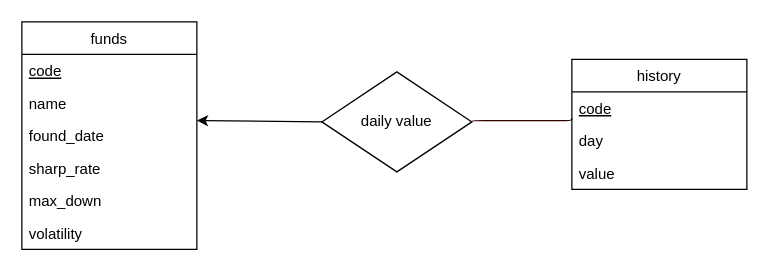
Above: schemas/E-R.drawio in Concyclics/db_big_homework (draw.io), before the change. Source tidied: cells renumbered, new cells numbered last; positions are measured from the earlier drawing's top-left corner, leaving out a move shared by most shapes. Both pictures are drawn from the tidied source at 125%, with x=0, y=0 at pixel (21, 21).
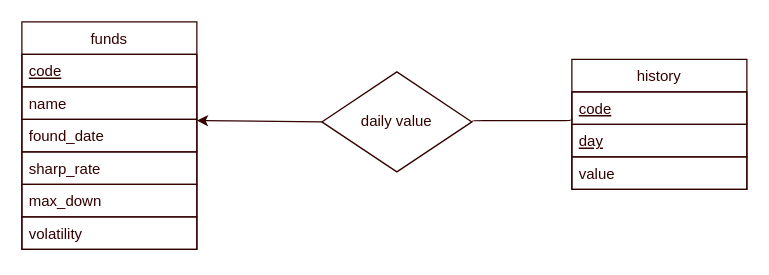
After the change.

Diff of the diagram source:
```diff
@@
 <mxGraphModel>
   <root>
     <mxCell id="0" />
     <mxCell id="1" parent="0" />
-    <mxCell id="2" value="daily value" style="rhombus;whiteSpace=wrap;html=1;" parent="1" vertex="1">
+    <mxCell id="2" value="&lt;font&gt;daily value&lt;/font&gt;" style="rhombus;whiteSpace=wrap;html=1;strokeColor=#330000;fontColor=#330000;" parent="1" vertex="1">
       <mxGeometry x="240" y="40" width="120" height="80" as="geometry" />
     </mxCell>
-    <mxCell id="3" style="endArrow=classic;html=1;exitX=0;exitY=0.5;exitDx=0;exitDy=0;entryX=1;entryY=0.038;entryDx=0;entryDy=0;entryPerimeter=0;" parent="1" edge="1" source="2" target="12">
+    <mxCell id="3" style="endArrow=classic;html=1;exitX=0;exitY=0.5;exitDx=0;exitDy=0;entryX=1;entryY=0.038;entryDx=0;entryDy=0;entryPerimeter=0;strokeColor=#330000;fontColor=#330000;" parent="1" edge="1" source="2" target="12">
       <mxGeometry relative="1" as="geometry" />
     </mxCell>
-    <mxCell id="4" style="edgeStyle=elbowEdgeStyle;html=1;endArrow=none;elbow=vertical;strokeColor=#330000;exitX=1;exitY=0.5;exitDx=0;exitDy=0;entryX=0;entryY=0.808;entryDx=0;entryDy=0;entryPerimeter=0;" parent="1" edge="1" source="2" target="6">
+    <mxCell id="4" style="edgeStyle=elbowEdgeStyle;html=1;endArrow=none;elbow=vertical;exitX=1;exitY=0.5;exitDx=0;exitDy=0;entryX=0;entryY=0.808;entryDx=0;entryDy=0;entryPerimeter=0;strokeColor=#330000;fontColor=#330000;" parent="1" edge="1" source="2" target="6">
       <mxGeometry relative="1" as="geometry" />
     </mxCell>
-    <mxCell id="5" value="history" style="swimlane;fontStyle=0;horizontal=1;startSize=26;" parent="1" vertex="1">
+    <mxCell id="5" value="history" style="swimlane;fontStyle=0;horizontal=1;startSize=26;strokeColor=#330000;fontColor=#330000;" parent="1" vertex="1">
       <mxGeometry x="440" y="30" width="140" height="104" as="geometry" />
     </mxCell>
-    <mxCell id="6" value="code" style="text;strokeColor=none;fillColor=none;align=left;verticalAlign=top;spacingLeft=4;spacingRight=4;overflow=hidden;points=[[0,0.5],[1,0.5]];portConstraint=eastwest;fontStyle=4;" parent="5" vertex="1">
+    <mxCell id="6" value="code" style="text;fillColor=none;align=left;verticalAlign=top;spacingLeft=4;spacingRight=4;overflow=hidden;points=[[0,0.5],[1,0.5]];portConstraint=eastwest;fontStyle=4;strokeColor=#330000;fontColor=#330000;" parent="5" vertex="1">
       <mxGeometry y="26" width="140" height="26" as="geometry" />
     </mxCell>
-    <mxCell id="7" value="day" style="text;strokeColor=none;fillColor=none;align=left;verticalAlign=top;spacingLeft=4;spacingRight=4;overflow=hidden;" parent="5" vertex="1">
+    <mxCell id="7" value="day" style="text;fillColor=none;align=left;verticalAlign=top;spacingLeft=4;spacingRight=4;overflow=hidden;fontStyle=4;strokeColor=#330000;fontColor=#330000;" parent="5" vertex="1">
       <mxGeometry y="52" width="140" height="26" as="geometry" />
     </mxCell>
-    <mxCell id="8" value="value" style="text;strokeColor=none;fillColor=none;align=left;verticalAlign=top;spacingLeft=4;spacingRight=4;overflow=hidden;" parent="5" vertex="1">
+    <mxCell id="8" value="value" style="text;fillColor=none;align=left;verticalAlign=top;spacingLeft=4;spacingRight=4;overflow=hidden;strokeColor=#330000;fontColor=#330000;" parent="5" vertex="1">
       <mxGeometry y="78" width="140" height="26" as="geometry" />
     </mxCell>
-    <mxCell id="9" value="funds" style="swimlane;fontStyle=0;horizontal=1;startSize=26;" parent="1" vertex="1">
+    <mxCell id="9" value="funds" style="swimlane;fontStyle=0;horizontal=1;startSize=26;strokeColor=#330000;fontColor=#330000;" parent="1" vertex="1">
       <mxGeometry width="140" height="182" as="geometry" />
     </mxCell>
-    <mxCell id="10" value="code" style="text;strokeColor=none;fillColor=none;align=left;verticalAlign=top;spacingLeft=4;spacingRight=4;overflow=hidden;fontStyle=4;" parent="9" vertex="1">
+    <mxCell id="10" value="code" style="text;fillColor=none;align=left;verticalAlign=top;spacingLeft=4;spacingRight=4;overflow=hidden;fontStyle=4;strokeColor=#330000;fontColor=#330000;" parent="9" vertex="1">
       <mxGeometry y="26" width="140" height="26" as="geometry" />
     </mxCell>
-    <mxCell id="11" value="name" style="text;strokeColor=none;fillColor=none;align=left;verticalAlign=top;spacingLeft=4;spacingRight=4;overflow=hidden;" parent="9" vertex="1">
+    <mxCell id="11" value="name" style="text;fillColor=none;align=left;verticalAlign=top;spacingLeft=4;spacingRight=4;overflow=hidden;strokeColor=#330000;fontColor=#330000;" parent="9" vertex="1">
       <mxGeometry y="52" width="140" height="26" as="geometry" />
     </mxCell>
-    <mxCell id="12" value="found_date" style="text;strokeColor=none;fillColor=none;align=left;verticalAlign=top;spacingLeft=4;spacingRight=4;overflow=hidden;points=[[0,0.5],[1,0.5]];portConstraint=eastwest;" parent="9" vertex="1">
+    <mxCell id="12" value="found_date" style="text;fillColor=none;align=left;verticalAlign=top;spacingLeft=4;spacingRight=4;overflow=hidden;points=[[0,0.5],[1,0.5]];portConstraint=eastwest;strokeColor=#330000;fontColor=#330000;" parent="9" vertex="1">
       <mxGeometry y="78" width="140" height="26" as="geometry" />
     </mxCell>
-    <mxCell id="13" value="sharp_rate" style="text;strokeColor=none;fillColor=none;align=left;verticalAlign=top;spacingLeft=4;spacingRight=4;overflow=hidden;" parent="9" vertex="1">
+    <mxCell id="13" value="sharp_rate" style="text;fillColor=none;align=left;verticalAlign=top;spacingLeft=4;spacingRight=4;overflow=hidden;strokeColor=#330000;fontColor=#330000;" parent="9" vertex="1">
       <mxGeometry y="104" width="140" height="26" as="geometry" />
     </mxCell>
-    <mxCell id="14" value="max_down" style="text;strokeColor=none;fillColor=none;align=left;verticalAlign=top;spacingLeft=4;spacingRight=4;overflow=hidden;" parent="9" vertex="1">
+    <mxCell id="14" value="max_down" style="text;fillColor=none;align=left;verticalAlign=top;spacingLeft=4;spacingRight=4;overflow=hidden;strokeColor=#330000;fontColor=#330000;" parent="9" vertex="1">
       <mxGeometry y="130" width="140" height="26" as="geometry" />
     </mxCell>
-    <mxCell id="15" value="volatility" style="text;strokeColor=none;fillColor=none;align=left;verticalAlign=top;spacingLeft=4;spacingRight=4;overflow=hidden;" parent="9" vertex="1">
+    <mxCell id="15" value="volatility" style="text;fillColor=none;align=left;verticalAlign=top;spacingLeft=4;spacingRight=4;overflow=hidden;strokeColor=#330000;fontColor=#330000;" parent="9" vertex="1">
       <mxGeometry y="156" width="140" height="26" as="geometry" />
     </mxCell>
   </root>
 </mxGraphModel>
```
